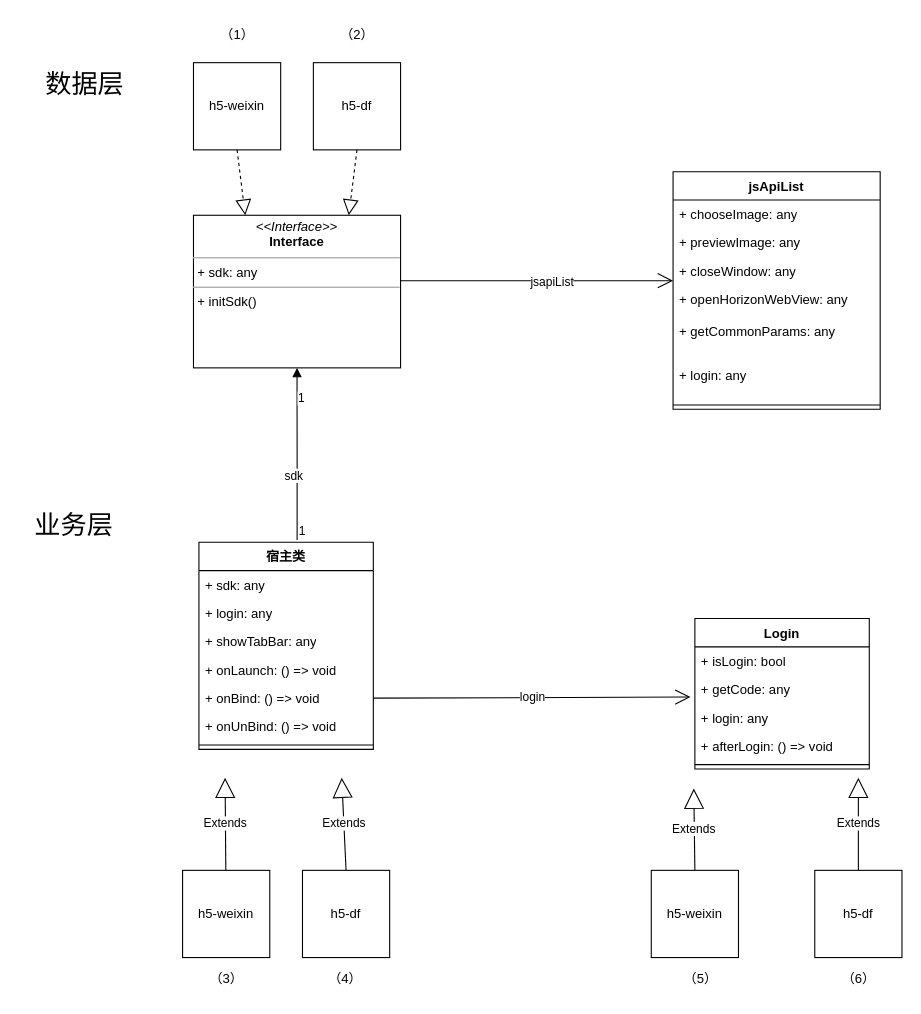
This is page "第 2 页" (2 of 4) of 未命名绘图.drawio from ios2014/ios--, a draw.io file, before an edit. Source tidied: cells renumbered, new cells numbered last; positions are measured from the earlier drawing's top-left corner, leaving out a move shared by most shapes. Both pictures are drawn from the tidied source at 109%, with x=0, y=0 at pixel (19, 19).
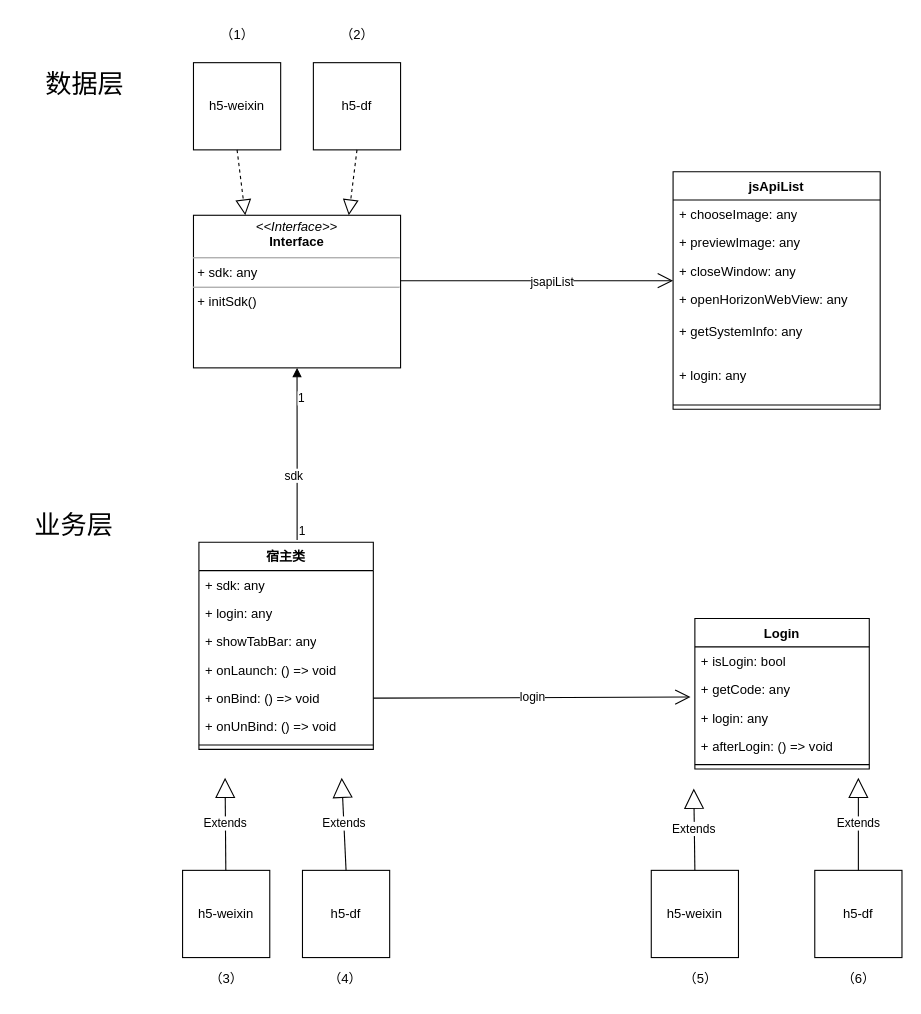
Above is the later version.

The change refers to these unchanged cells:
```xml
<mxCell id="25" value="jsApiList" style="swimlane;fontStyle=1;align=center;verticalAlign=top;horizontal=1;startSize=26;whiteSpace=wrap;html=1;" parent="1" vertex="1">
  <mxGeometry x="600" y="140" width="190" height="218" as="geometry" />
</mxCell>
```

Diff of the diagram source:
```diff
@@
-    <mxCell id="29" value="+&amp;nbsp;openHorizonWebView:&amp;nbsp;any&lt;br&gt;&lt;br&gt;+ getCommonParams: any&lt;br&gt;" style="text;strokeColor=none;fillColor=none;align=left;verticalAlign=top;spacingLeft=4;spacingRight=4;overflow=hidden;whiteSpace=wrap;html=1;" parent="25" vertex="1">
+    <mxCell id="29" value="+&amp;nbsp;openHorizonWebView:&amp;nbsp;any&lt;br&gt;&lt;br&gt;+&amp;nbsp;getSystemInfo: any&lt;div&gt;&lt;/div&gt;" style="text;strokeColor=none;fillColor=none;align=left;verticalAlign=top;spacingLeft=4;spacingRight=4;overflow=hidden;whiteSpace=wrap;html=1;" parent="25" vertex="1">
       <mxGeometry y="104" width="190" height="56" as="geometry" />
     </mxCell>
```
